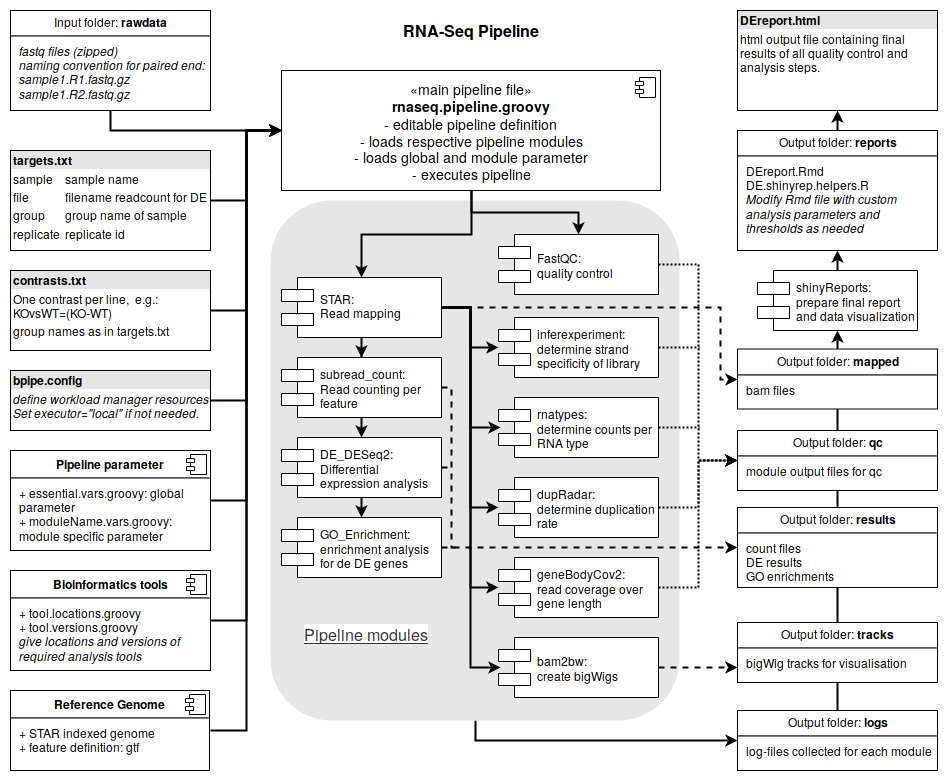
Before: resources/NGSpipe2go_RNAseq_pipeline.png, a diagram exported from draw.io (imbforge/NGSpipe2go). Source tidied: cells renumbered, new cells last; positions are measured from the earlier drawing's top-left corner, leaving out a move shared by most shapes.
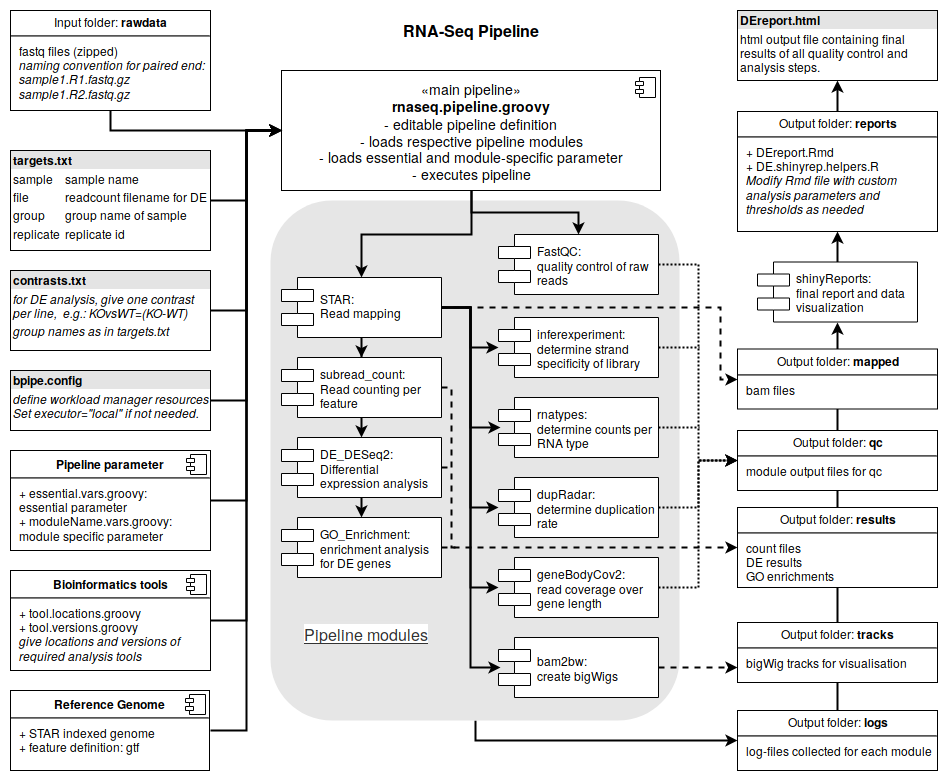
Above is the later version.

Commit message:
updates pipeline flowchart

What changed in the source:
```diff
@@ -17,7 +17,7 @@
     <mxCell id="6" style="edgeStyle=orthogonalEdgeStyle;rounded=0;jettySize=auto;html=1;exitX=0.5;exitY=1;exitDx=0;exitDy=0;entryX=0.5;entryY=0;entryDx=0;entryDy=0;endArrow=classic;endFill=1;strokeWidth=2;" parent="1" edge="1" source="7" target="22">
       <mxGeometry relative="1" as="geometry" />
     </mxCell>
-    <mxCell id="7" value="&lt;font style=&quot;font-size: 14px&quot;&gt;«main pipeline file»&lt;br&gt;&lt;/font&gt;&lt;div style=&quot;font-size: 14px&quot;&gt;&lt;font style=&quot;font-size: 14px&quot;&gt;&lt;span&gt;&lt;b&gt;&lt;a title=&quot;rnaseq.pipeline.groovy&quot; id=&quot;a5ac346ce9b0d7ba059494f7ff596020-c9ad5ec5f1d2737d87076fbdf5500be444d7a3eb&quot; href=&quot;https://github.com/imbforge/NGSpipe2go/blob/master/pipelines/RNAseq/rnaseq.pipeline.groovy&quot;&gt;rnaseq.pipeline.groovy&lt;/a&gt;&lt;/b&gt;&lt;br&gt;&lt;/span&gt;&lt;/font&gt;&lt;/div&gt;&lt;div style=&quot;font-size: 14px&quot;&gt;&lt;font style=&quot;font-size: 14px&quot;&gt;- editable pipeline definition&lt;br&gt;&lt;/font&gt;&lt;/div&gt;&lt;div style=&quot;font-size: 14px&quot;&gt;&lt;font style=&quot;font-size: 14px&quot;&gt;- loads respective pipeline modules&lt;/font&gt;&lt;/div&gt;&lt;div style=&quot;font-size: 14px&quot;&gt;&lt;font style=&quot;font-size: 14px&quot;&gt;- loads global and module parameter&lt;/font&gt;&lt;/div&gt;&lt;font style=&quot;font-size: 14px&quot;&gt;- executes pipeline&lt;/font&gt;" style="html=1;" parent="1" vertex="1">
+    <mxCell id="7" value="&lt;font style=&quot;font-size: 14px&quot;&gt;«main pipeline»&lt;br&gt;&lt;/font&gt;&lt;div style=&quot;font-size: 14px&quot;&gt;&lt;font style=&quot;font-size: 14px&quot;&gt;&lt;span&gt;&lt;b&gt;&lt;a title=&quot;rnaseq.pipeline.groovy&quot; id=&quot;a5ac346ce9b0d7ba059494f7ff596020-c9ad5ec5f1d2737d87076fbdf5500be444d7a3eb&quot; href=&quot;https://github.com/imbforge/NGSpipe2go/blob/master/pipelines/RNAseq/rnaseq.pipeline.groovy&quot;&gt;rnaseq.pipeline.groovy&lt;/a&gt;&lt;/b&gt;&lt;br&gt;&lt;/span&gt;&lt;/font&gt;&lt;/div&gt;&lt;div style=&quot;font-size: 14px&quot;&gt;&lt;font style=&quot;font-size: 14px&quot;&gt;- editable pipeline definition&lt;br&gt;&lt;/font&gt;&lt;/div&gt;&lt;div style=&quot;font-size: 14px&quot;&gt;&lt;font style=&quot;font-size: 14px&quot;&gt;- loads respective pipeline modules&lt;/font&gt;&lt;/div&gt;&lt;div style=&quot;font-size: 14px&quot;&gt;&lt;font style=&quot;font-size: 14px&quot;&gt;- loads essential and module-specific parameter&lt;/font&gt;&lt;/div&gt;&lt;font style=&quot;font-size: 14px&quot;&gt;- executes pipeline&lt;/font&gt;" style="html=1;" parent="1" vertex="1">
       <mxGeometry x="271" y="60" width="379" height="120" as="geometry" />
     </mxCell>
     <mxCell id="8" style="shape=component;jettyWidth=8;jettyHeight=4;" parent="7" vertex="1">
@@ -28,25 +28,25 @@
     <mxCell id="9" style="edgeStyle=orthogonalEdgeStyle;rounded=0;jettySize=auto;html=1;exitX=1;exitY=0.5;exitDx=0;exitDy=0;entryX=0;entryY=0.5;entryDx=0;entryDy=0;strokeWidth=2;" parent="1" edge="1" source="10" target="7">
       <mxGeometry relative="1" as="geometry" />
     </mxCell>
-    <mxCell id="10" value="&lt;div style=&quot;box-sizing: border-box ; width: 100% ; background: #e4e4e4 ; padding: 2px&quot;&gt;&lt;b&gt;contrasts.txt&lt;/b&gt;&lt;/div&gt;&lt;table style=&quot;width: 100% ; font-size: 1em&quot; cellspacing=&quot;0&quot; cellpadding=&quot;2&quot;&gt;&lt;tbody&gt;&lt;tr&gt;&lt;td&gt;One contrast per line,&amp;nbsp; e.g.: KOvsWT=(KO-WT)&lt;br&gt;&lt;/td&gt;&lt;td&gt;&lt;br&gt;&lt;/td&gt;&lt;/tr&gt;&lt;tr&gt;&lt;td&gt;group names as in targets.txt&lt;/td&gt;&lt;td&gt;&lt;br&gt;&lt;/td&gt;&lt;/tr&gt;&lt;tr&gt;&lt;td&gt;&lt;br&gt;&lt;/td&gt;&lt;td&gt;&lt;br&gt;&lt;/td&gt;&lt;/tr&gt;&lt;tr&gt;&lt;td&gt;&lt;br&gt;&lt;/td&gt;&lt;td&gt;&lt;br&gt;&lt;/td&gt;&lt;/tr&gt;&lt;/tbody&gt;&lt;/table&gt;" style="verticalAlign=top;align=left;overflow=fill;html=1;whiteSpace=wrap;" parent="1" vertex="1">
+    <mxCell id="10" value="&lt;div style=&quot;box-sizing: border-box ; width: 100% ; background: #e4e4e4 ; padding: 2px&quot;&gt;&lt;b&gt;&lt;span&gt;&lt;a title=&quot;contrasts.txt&quot; id=&quot;d96d175d67a1a804181259414b28ae3a-7fc0819fad4027da2243936c015cf599b5050fef&quot; href=&quot;https://github.com/imbforge/NGSpipe2go/blob/master/pipelines/RNAseq/contrasts.txt&quot;&gt;contrasts.txt&lt;/a&gt;&lt;/span&gt;&lt;/b&gt;&lt;/div&gt;&lt;table style=&quot;width: 100% ; font-size: 1em&quot; cellspacing=&quot;0&quot; cellpadding=&quot;2&quot;&gt;&lt;tbody&gt;&lt;tr&gt;&lt;td&gt;&lt;i&gt;for DE analysis, give one contrast per line,&amp;nbsp; e.g.: KOvsWT=(KO-WT)&lt;/i&gt;&lt;/td&gt;&lt;td&gt;&lt;br&gt;&lt;/td&gt;&lt;/tr&gt;&lt;tr&gt;&lt;td&gt;&lt;i&gt;group names as in targets.txt&lt;/i&gt;&lt;/td&gt;&lt;td&gt;&lt;br&gt;&lt;/td&gt;&lt;/tr&gt;&lt;tr&gt;&lt;td&gt;&lt;br&gt;&lt;/td&gt;&lt;td&gt;&lt;br&gt;&lt;/td&gt;&lt;/tr&gt;&lt;tr&gt;&lt;td&gt;&lt;br&gt;&lt;/td&gt;&lt;td&gt;&lt;br&gt;&lt;/td&gt;&lt;/tr&gt;&lt;/tbody&gt;&lt;/table&gt;" style="verticalAlign=top;align=left;overflow=fill;html=1;whiteSpace=wrap;" parent="1" vertex="1">
       <mxGeometry y="260" width="200" height="80" as="geometry" />
     </mxCell>
     <mxCell id="11" style="edgeStyle=orthogonalEdgeStyle;rounded=0;jettySize=auto;html=1;exitX=1;exitY=0.5;exitDx=0;exitDy=0;entryX=0;entryY=0.5;entryDx=0;entryDy=0;strokeWidth=2;" parent="1" edge="1" source="12" target="7">
       <mxGeometry relative="1" as="geometry" />
     </mxCell>
-    <mxCell id="12" value="&lt;div style=&quot;box-sizing: border-box ; width: 100% ; background: #e4e4e4 ; padding: 2px&quot;&gt;&lt;b&gt;targets.txt&lt;/b&gt;&lt;/div&gt;&lt;table style=&quot;width: 100% ; font-size: 1em&quot; cellspacing=&quot;0&quot; cellpadding=&quot;2&quot;&gt;&lt;tbody&gt;&lt;tr&gt;&lt;td&gt;sample&lt;br&gt;&lt;/td&gt;&lt;td&gt;sample name&lt;/td&gt;&lt;/tr&gt;&lt;tr&gt;&lt;td&gt;file&lt;br&gt;&lt;/td&gt;&lt;td&gt;filename readcount for DE&lt;br&gt;&lt;/td&gt;&lt;/tr&gt;&lt;tr&gt;&lt;td&gt;group&lt;br&gt;&lt;/td&gt;&lt;td&gt;group name of sample&lt;br&gt;&lt;/td&gt;&lt;/tr&gt;&lt;tr&gt;&lt;td&gt;replicate&lt;br&gt;&lt;/td&gt;&lt;td&gt;replicate id&lt;br&gt;&lt;/td&gt;&lt;/tr&gt;&lt;/tbody&gt;&lt;/table&gt;" style="verticalAlign=top;align=left;overflow=fill;html=1;" parent="1" vertex="1">
+    <mxCell id="12" value="&lt;div style=&quot;box-sizing: border-box ; width: 100% ; background: #e4e4e4 ; padding: 2px&quot;&gt;&lt;b&gt;&lt;span&gt;&lt;a title=&quot;targets.txt&quot; id=&quot;5c8776f2ff14495f53c1a59297ffdf4b-1dedb2b9b36cba3497145e28fdd8f710ecce24d5&quot; href=&quot;https://github.com/imbforge/NGSpipe2go/blob/master/pipelines/RNAseq/targets.txt&quot;&gt;targets.txt&lt;/a&gt;&lt;/span&gt;&lt;/b&gt;&lt;/div&gt;&lt;table style=&quot;width: 100% ; font-size: 1em&quot; cellspacing=&quot;0&quot; cellpadding=&quot;2&quot;&gt;&lt;tbody&gt;&lt;tr&gt;&lt;td&gt;sample&lt;br&gt;&lt;/td&gt;&lt;td&gt;sample name&lt;/td&gt;&lt;/tr&gt;&lt;tr&gt;&lt;td&gt;file&lt;br&gt;&lt;/td&gt;&lt;td&gt;readcount filename for DE&lt;br&gt;&lt;/td&gt;&lt;/tr&gt;&lt;tr&gt;&lt;td&gt;group&lt;br&gt;&lt;/td&gt;&lt;td&gt;group name of sample&lt;br&gt;&lt;/td&gt;&lt;/tr&gt;&lt;tr&gt;&lt;td&gt;replicate&lt;br&gt;&lt;/td&gt;&lt;td&gt;replicate id&lt;br&gt;&lt;/td&gt;&lt;/tr&gt;&lt;/tbody&gt;&lt;/table&gt;" style="verticalAlign=top;align=left;overflow=fill;html=1;" parent="1" vertex="1">
       <mxGeometry y="140" width="200" height="100" as="geometry" />
     </mxCell>
     <mxCell id="13" style="edgeStyle=orthogonalEdgeStyle;rounded=0;jettySize=auto;html=1;exitX=1;exitY=0.5;exitDx=0;exitDy=0;entryX=0;entryY=0.5;entryDx=0;entryDy=0;strokeWidth=2;" parent="1" edge="1" source="14" target="7">
       <mxGeometry relative="1" as="geometry" />
     </mxCell>
-    <mxCell id="14" value="&lt;div style=&quot;box-sizing: border-box ; width: 100% ; background: #e4e4e4 ; padding: 2px&quot;&gt;&lt;b&gt;bpipe.config&lt;/b&gt;&lt;/div&gt;&lt;table style=&quot;width: 100% ; font-size: 1em&quot; cellspacing=&quot;0&quot; cellpadding=&quot;2&quot;&gt;&lt;tbody&gt;&lt;tr&gt;&lt;td&gt;&lt;i&gt;define workload manager resources&lt;br&gt;Set executor=&quot;local&quot; if not needed.&lt;/i&gt;&lt;br&gt;&lt;/td&gt;&lt;td&gt;&lt;br&gt;&lt;/td&gt;&lt;/tr&gt;&lt;tr&gt;&lt;td&gt;&lt;br&gt;&lt;/td&gt;&lt;td&gt;&lt;br&gt;&lt;/td&gt;&lt;/tr&gt;&lt;tr&gt;&lt;td&gt;&lt;br&gt;&lt;/td&gt;&lt;td&gt;&lt;br&gt;&lt;/td&gt;&lt;/tr&gt;&lt;/tbody&gt;&lt;/table&gt;" style="verticalAlign=top;align=left;overflow=fill;html=1;" parent="1" vertex="1">
+    <mxCell id="14" value="&lt;div style=&quot;box-sizing: border-box ; width: 100% ; background: #e4e4e4 ; padding: 2px&quot;&gt;&lt;b&gt;&lt;span&gt;&lt;a title=&quot;bpipe.config&quot; id=&quot;b964304c97c45d0ca293f4af3bace798-2567d0b313495c0a613edc0f28b8c29748eb4b80&quot; href=&quot;https://github.com/imbforge/NGSpipe2go/blob/master/pipelines/RNAseq/bpipe.config&quot;&gt;bpipe.config&lt;/a&gt;&lt;/span&gt;&lt;/b&gt;&lt;/div&gt;&lt;table style=&quot;width: 100% ; font-size: 1em&quot; cellspacing=&quot;0&quot; cellpadding=&quot;2&quot;&gt;&lt;tbody&gt;&lt;tr&gt;&lt;td&gt;&lt;i&gt;define workload manager resources&lt;br&gt;Set executor=&quot;local&quot; if not needed.&lt;/i&gt;&lt;br&gt;&lt;/td&gt;&lt;td&gt;&lt;br&gt;&lt;/td&gt;&lt;/tr&gt;&lt;tr&gt;&lt;td&gt;&lt;br&gt;&lt;/td&gt;&lt;td&gt;&lt;br&gt;&lt;/td&gt;&lt;/tr&gt;&lt;tr&gt;&lt;td&gt;&lt;br&gt;&lt;/td&gt;&lt;td&gt;&lt;br&gt;&lt;/td&gt;&lt;/tr&gt;&lt;/tbody&gt;&lt;/table&gt;" style="verticalAlign=top;align=left;overflow=fill;html=1;" parent="1" vertex="1">
       <mxGeometry y="360" width="200" height="60" as="geometry" />
     </mxCell>
     <mxCell id="15" style="edgeStyle=orthogonalEdgeStyle;rounded=0;jettySize=auto;html=1;exitX=1;exitY=0.5;exitDx=0;exitDy=0;entryX=0;entryY=0.5;entryDx=0;entryDy=0;strokeWidth=2;" parent="1" edge="1" source="16" target="7">
       <mxGeometry relative="1" as="geometry" />
     </mxCell>
-    <mxCell id="16" value="&lt;p style=&quot;margin: 0px ; margin-top: 6px ; text-align: center&quot;&gt;&lt;b&gt;Pipeline parameter&lt;/b&gt;&lt;br&gt;&lt;/p&gt;&lt;hr&gt;&lt;p style=&quot;margin: 0px ; margin-left: 8px&quot;&gt;+ essential.vars.groovy: global parameter&lt;br&gt;+ moduleName.vars.groovy: module specific parameter&lt;br&gt;&lt;/p&gt;" style="align=left;overflow=fill;html=1;whiteSpace=wrap;" parent="1" vertex="1">
+    <mxCell id="16" value="&lt;p style=&quot;margin: 0px ; margin-top: 6px ; text-align: center&quot;&gt;&lt;b&gt;Pipeline parameter&lt;/b&gt;&lt;br&gt;&lt;/p&gt;&lt;hr&gt;&lt;p style=&quot;margin: 0px ; margin-left: 8px&quot;&gt;+ &lt;span&gt;&lt;a title=&quot;essential.vars.groovy&quot; id=&quot;bb508dd313142877da11ab72fedef6de-e9d9ddc4e5842eda78729220a0e59f32ddd4942c&quot; href=&quot;https://github.com/imbforge/NGSpipe2go/blob/master/modules/RNAseq/essential.vars.groovy&quot;&gt;essential.vars.groovy&lt;/a&gt;&lt;/span&gt;: &lt;br&gt;&lt;/p&gt;&lt;p style=&quot;margin: 0px ; margin-left: 8px&quot;&gt;essential parameter&lt;br&gt;+ moduleName.vars.groovy: module specific parameter&lt;br&gt;&lt;/p&gt;" style="align=left;overflow=fill;html=1;whiteSpace=wrap;" parent="1" vertex="1">
       <mxGeometry y="440" width="200" height="100" as="geometry" />
     </mxCell>
     <mxCell id="17" style="shape=component;jettyWidth=8;jettyHeight=4;" parent="16" vertex="1">
@@ -57,7 +57,7 @@
     <mxCell id="18" style="edgeStyle=orthogonalEdgeStyle;rounded=0;jettySize=auto;html=1;exitX=1;exitY=0.5;exitDx=0;exitDy=0;entryX=0;entryY=0.5;entryDx=0;entryDy=0;strokeWidth=2;" parent="1" edge="1" source="19" target="7">
       <mxGeometry relative="1" as="geometry" />
     </mxCell>
-    <mxCell id="19" value="&lt;p style=&quot;margin: 0px ; margin-top: 6px ; text-align: center&quot;&gt;&lt;b&gt;Bioinformatics tools&lt;/b&gt;&lt;br&gt;&lt;/p&gt;&lt;hr&gt;&lt;p style=&quot;margin: 0px ; margin-left: 8px&quot;&gt;+ tool.locations.groovy&lt;br&gt;+ tool.versions.groovy&lt;/p&gt;&lt;p style=&quot;margin: 0px ; margin-left: 8px&quot;&gt;&lt;i&gt;give locations and versions of required analysis tools&lt;/i&gt;&lt;br&gt;&lt;/p&gt;" style="align=left;overflow=fill;html=1;whiteSpace=wrap;" parent="1" vertex="1">
+    <mxCell id="19" value="&lt;p style=&quot;margin: 0px ; margin-top: 6px ; text-align: center&quot;&gt;&lt;b&gt;Bioinformatics tools&lt;/b&gt;&lt;br&gt;&lt;/p&gt;&lt;hr&gt;&lt;p style=&quot;margin: 0px ; margin-left: 8px&quot;&gt;+ &lt;span&gt;&lt;a title=&quot;tool.locations.groovy&quot; id=&quot;5a80f4c6bcedd8438eb23d831eb60df8-1fc9b49cb0430a8493b4a98b971b845e3b77300e&quot; href=&quot;https://github.com/imbforge/NGSpipe2go/blob/master/modules/RNAseq/tool.locations.groovy&quot;&gt;tool.locations.groovy&lt;/a&gt;&lt;/span&gt;&lt;br&gt;+ &lt;span&gt;&lt;a title=&quot;tool.versions.groovy&quot; id=&quot;405cdfa6b6288b2ec8c8f39b699cf44e-542f8c74e5ef59e16e9d09b9cd4dec61d51dd199&quot; href=&quot;https://github.com/imbforge/NGSpipe2go/blob/master/modules/RNAseq/tool.versions.groovy&quot;&gt;tool.versions.groovy&lt;/a&gt;&lt;/span&gt;&lt;/p&gt;&lt;p style=&quot;margin: 0px ; margin-left: 8px&quot;&gt;&lt;i&gt;give locations and versions of required analysis tools&lt;/i&gt;&lt;br&gt;&lt;/p&gt;" style="align=left;overflow=fill;html=1;whiteSpace=wrap;" parent="1" vertex="1">
       <mxGeometry y="560" width="200" height="100" as="geometry" />
     </mxCell>
     <mxCell id="20" style="shape=component;jettyWidth=8;jettyHeight=4;" parent="19" vertex="1">
@@ -68,7 +68,7 @@
     <mxCell id="21" style="edgeStyle=elbowEdgeStyle;rounded=0;jettySize=auto;html=1;exitX=1;exitY=0.5;exitDx=0;exitDy=0;entryX=0;entryY=0.5;entryDx=0;entryDy=0;dashed=1;dashPattern=1 1;strokeWidth=2;" parent="1" edge="1" source="22" target="32">
       <mxGeometry relative="1" as="geometry" />
     </mxCell>
-    <mxCell id="22" value="FastQC:&#10;quality control" style="shape=component;align=left;spacingLeft=36;whiteSpace=wrap;fontStyle=0;" parent="1" vertex="1">
+    <mxCell id="22" value="FastQC:&#10;quality control of raw reads" style="shape=component;align=left;spacingLeft=36;whiteSpace=wrap;fontStyle=0;" parent="1" vertex="1">
       <mxGeometry x="488" y="224" width="160" height="60" as="geometry" />
     </mxCell>
     <mxCell id="23" style="edgeStyle=orthogonalEdgeStyle;rounded=0;jettySize=auto;html=1;exitX=1;exitY=0.5;exitDx=0;exitDy=0;strokeWidth=2;" parent="1" edge="1" source="30" target="38">
@@ -124,8 +124,8 @@
     <mxCell id="35" style="edgeStyle=orthogonalEdgeStyle;rounded=0;jettySize=auto;html=1;exitX=0.5;exitY=0;exitDx=0;exitDy=0;entryX=0.5;entryY=1;entryDx=0;entryDy=0;endArrow=classic;endFill=1;strokeWidth=2;" parent="1" edge="1" source="36" target="59">
       <mxGeometry relative="1" as="geometry" />
     </mxCell>
-    <mxCell id="36" value="&lt;p style=&quot;margin: 4px 0px 0px ; text-align: center&quot;&gt;Output folder:&lt;b&gt; reports&lt;/b&gt;&lt;/p&gt;&lt;hr&gt;&lt;p style=&quot;margin: 0px ; margin-left: 8px&quot;&gt;DEreport.Rmd&lt;br&gt;DE.shinyrep.helpers.R&lt;/p&gt;&lt;p style=&quot;margin: 0px ; margin-left: 8px&quot;&gt;&lt;i&gt;Modify Rmd file with custom analysis parameters and thresholds as needed&lt;/i&gt;&lt;/p&gt;" style="verticalAlign=top;align=left;overflow=fill;fontSize=12;fontFamily=Helvetica;html=1;whiteSpace=wrap;" parent="1" vertex="1">
-      <mxGeometry x="727" y="120" width="200" height="120" as="geometry" />
+    <mxCell id="36" value="&lt;p style=&quot;margin: 4px 0px 0px ; text-align: center&quot;&gt;Output folder:&lt;b&gt; reports&lt;/b&gt;&lt;/p&gt;&lt;hr&gt;&lt;p style=&quot;margin: 0px ; margin-left: 8px&quot;&gt;+ DEreport.Rmd&lt;br&gt;+ DE.shinyrep.helpers.R&lt;/p&gt;&lt;p style=&quot;margin: 0px ; margin-left: 8px&quot;&gt;&lt;i&gt;Modify Rmd file with custom analysis parameters and thresholds as needed&lt;/i&gt;&lt;/p&gt;" style="verticalAlign=top;align=left;overflow=fill;fontSize=12;fontFamily=Helvetica;html=1;whiteSpace=wrap;" parent="1" vertex="1">
+      <mxGeometry x="727" y="101" width="200" height="120" as="geometry" />
     </mxCell>
     <mxCell id="37" style="edgeStyle=orthogonalEdgeStyle;rounded=0;jumpStyle=none;jettySize=auto;html=1;exitX=1;exitY=0.5;exitDx=0;exitDy=0;endArrow=none;endFill=0;strokeWidth=2;dashed=1;dashPattern=1 1;" parent="1" edge="1" source="38">
       <mxGeometry relative="1" as="geometry">
@@ -163,7 +163,7 @@
     <mxCell id="46" style="edgeStyle=elbowEdgeStyle;rounded=0;jettySize=auto;html=1;exitX=1;exitY=0.5;exitDx=0;exitDy=0;strokeWidth=2;dashed=1;" parent="1" edge="1" source="47" target="33">
       <mxGeometry relative="1" as="geometry" />
     </mxCell>
-    <mxCell id="47" value="GO_Enrichment:&#10;enrichment analysis for de DE genes" style="shape=component;align=left;spacingLeft=36;whiteSpace=wrap;" parent="1" vertex="1">
+    <mxCell id="47" value="GO_Enrichment:&#10;enrichment analysis for DE genes" style="shape=component;align=left;spacingLeft=36;whiteSpace=wrap;" parent="1" vertex="1">
       <mxGeometry x="271" y="507" width="160" height="60" as="geometry" />
     </mxCell>
     <mxCell id="48" style="edgeStyle=elbowEdgeStyle;rounded=0;jettySize=auto;html=1;exitX=1;exitY=0.5;exitDx=0;exitDy=0;dashed=1;dashPattern=1 1;strokeWidth=2;entryX=0;entryY=0.5;entryDx=0;entryDy=0;" parent="1" edge="1" source="49" target="32">
@@ -211,7 +211,7 @@
       </mxGeometry>
     </mxCell>
     <mxCell id="59" value="&lt;div style=&quot;box-sizing: border-box ; width: 100% ; background: #e4e4e4 ; padding: 2px&quot;&gt;&lt;b&gt;DEreport.html&lt;/b&gt;&lt;/div&gt;&lt;table style=&quot;width: 100% ; font-size: 1em&quot; cellspacing=&quot;0&quot; cellpadding=&quot;2&quot;&gt;&lt;tbody&gt;&lt;tr&gt;&lt;td&gt;html output file containing final results of all quality control and analysis steps.&lt;br&gt;&lt;/td&gt;&lt;td&gt;&lt;br&gt;&lt;/td&gt;&lt;/tr&gt;&lt;tr&gt;&lt;td&gt;&lt;br&gt;&lt;/td&gt;&lt;td&gt;&lt;br&gt;&lt;/td&gt;&lt;/tr&gt;&lt;tr&gt;&lt;td&gt;&lt;br&gt;&lt;/td&gt;&lt;td&gt;&lt;br&gt;&lt;/td&gt;&lt;/tr&gt;&lt;/tbody&gt;&lt;/table&gt;" style="verticalAlign=top;align=left;overflow=fill;html=1;whiteSpace=wrap;" parent="1" vertex="1">
-      <mxGeometry x="727" width="200" height="100" as="geometry" />
+      <mxGeometry x="727" width="200" height="70" as="geometry" />
     </mxCell>
     <mxCell id="60" value="&lt;div align=&quot;center&quot;&gt;&lt;u&gt;Pipeline modules&lt;/u&gt;&lt;/div&gt;" style="text;html=1;strokeColor=none;fillColor=#E6E6E6;align=center;verticalAlign=middle;whiteSpace=wrap;rounded=0;dashed=1;labelBackgroundColor=#FFFFFF;fontSize=16;fontColor=#333333;" parent="1" vertex="1">
       <mxGeometry x="290" y="610" width="129" height="25" as="geometry" />
@@ -219,7 +219,7 @@
     <mxCell id="61" style="edgeStyle=orthogonalEdgeStyle;rounded=0;jettySize=auto;html=1;exitX=0.5;exitY=1;exitDx=0;exitDy=0;entryX=0;entryY=0.5;entryDx=0;entryDy=0;endArrow=classic;endFill=1;strokeWidth=2;" parent="1" edge="1" source="62" target="7">
       <mxGeometry relative="1" as="geometry" />
     </mxCell>
-    <mxCell id="62" value="&lt;p style=&quot;margin: 4px 0px 0px ; text-align: center&quot;&gt;Input folder:&lt;b&gt; rawdata&lt;/b&gt;&lt;/p&gt;&lt;hr&gt;&lt;p style=&quot;margin: 0px ; margin-left: 8px&quot;&gt;&lt;i&gt;fastq files (zipped)&lt;/i&gt;&lt;/p&gt;&lt;p style=&quot;margin: 0px ; margin-left: 8px&quot;&gt;&lt;i&gt;naming convention for paired end:&lt;/i&gt;&lt;/p&gt;&lt;p style=&quot;margin: 0px ; margin-left: 8px&quot;&gt;&lt;i&gt;sample1.R1.fastq.gz&lt;/i&gt;&lt;/p&gt;&lt;p style=&quot;margin: 0px ; margin-left: 8px&quot;&gt;&lt;i&gt;sample1.R2.fastq.gz&lt;/i&gt;&lt;/p&gt;" style="verticalAlign=top;align=left;overflow=fill;fontSize=12;fontFamily=Helvetica;html=1;" parent="1" vertex="1">
+    <mxCell id="62" value="&lt;p style=&quot;margin: 4px 0px 0px ; text-align: center&quot;&gt;Input folder:&lt;b&gt; rawdata&lt;/b&gt;&lt;/p&gt;&lt;hr&gt;&lt;p style=&quot;margin: 0px ; margin-left: 8px&quot;&gt;fastq files (zipped)&lt;/p&gt;&lt;p style=&quot;margin: 0px ; margin-left: 8px&quot;&gt;&lt;i&gt;naming convention for paired end:&lt;/i&gt;&lt;/p&gt;&lt;p style=&quot;margin: 0px ; margin-left: 8px&quot;&gt;&lt;i&gt;sample1.R1.fastq.gz&lt;/i&gt;&lt;/p&gt;&lt;p style=&quot;margin: 0px ; margin-left: 8px&quot;&gt;&lt;i&gt;sample1.R2.fastq.gz&lt;/i&gt;&lt;/p&gt;" style="verticalAlign=top;align=left;overflow=fill;fontSize=12;fontFamily=Helvetica;html=1;" parent="1" vertex="1">
       <mxGeometry width="200" height="100" as="geometry" />
     </mxCell>
     <mxCell id="63" value="&lt;p style=&quot;margin: 4px 0px 0px ; text-align: center&quot;&gt;Output folder: &lt;b&gt;mapped&lt;/b&gt;&lt;/p&gt;&lt;hr&gt;&lt;p style=&quot;margin: 0px ; margin-left: 8px&quot;&gt;bam files&lt;br&gt;&lt;/p&gt;" style="verticalAlign=top;align=left;overflow=fill;fontSize=12;fontFamily=Helvetica;html=1;" parent="1" vertex="1">
@@ -228,8 +228,8 @@
     <mxCell id="64" style="edgeStyle=orthogonalEdgeStyle;rounded=0;jettySize=auto;html=1;exitX=0.5;exitY=0;exitDx=0;exitDy=0;entryX=0.5;entryY=1;entryDx=0;entryDy=0;endArrow=classic;endFill=1;strokeWidth=2;" parent="1" edge="1" source="65" target="36">
       <mxGeometry relative="1" as="geometry" />
     </mxCell>
-    <mxCell id="65" value="shinyReports:&#10;prepare final report and data visualization" style="shape=component;align=left;spacingLeft=36;whiteSpace=wrap;" parent="1" vertex="1">
-      <mxGeometry x="747" y="260" width="160" height="60" as="geometry" />
+    <mxCell id="65" value="shinyReports:&#10;final report and data visualization" style="shape=component;align=left;spacingLeft=36;whiteSpace=wrap;" parent="1" vertex="1">
+      <mxGeometry x="747" y="251.5" width="160" height="60" as="geometry" />
     </mxCell>
   </root>
 </mxGraphModel>
```
